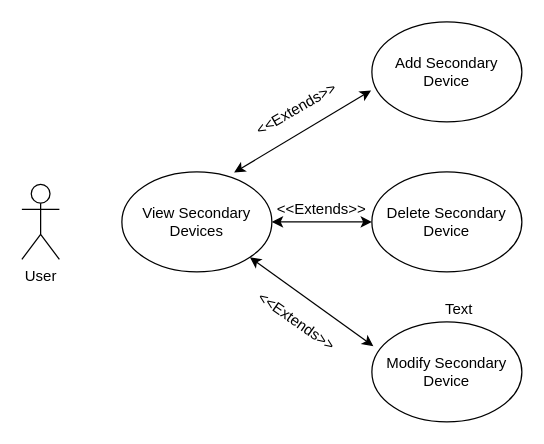
The draw.io diagram Documentation/Use Case Diagrams/userModifiesAccount.drawio in Septimis/forgetMeNot, before the edit. Source tidied: cells renumbered, new cells numbered last; positions are measured from the earlier drawing's top-left corner, leaving out a move shared by most shapes. Both pictures are drawn from the tidied source at 125%, with x=0, y=0 at pixel (21, 21).
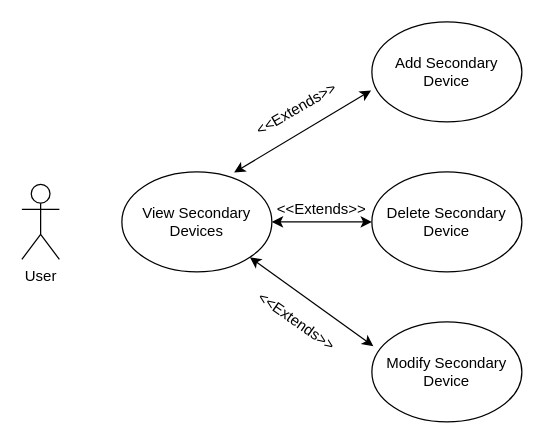
After the change.

Change to the diagram source:
```diff
@@
 <mxGraphModel>
   <root>
     <mxCell id="0" />
     <mxCell id="1" parent="0" />
     <mxCell id="2" value="User&lt;br&gt;" style="shape=umlActor;verticalLabelPosition=bottom;verticalAlign=top;html=1;" parent="1" vertex="1">
       <mxGeometry y="130" width="30" height="60" as="geometry" />
     </mxCell>
     <mxCell id="3" value="View Secondary Devices" style="ellipse;whiteSpace=wrap;html=1;" parent="1" vertex="1">
       <mxGeometry x="80" y="120" width="120" height="80" as="geometry" />
     </mxCell>
     <mxCell id="4" value="Add Secondary Device" style="ellipse;whiteSpace=wrap;html=1;" parent="1" vertex="1">
       <mxGeometry x="280" width="120" height="80" as="geometry" />
     </mxCell>
     <mxCell id="5" value="Modify Secondary Device" style="ellipse;whiteSpace=wrap;html=1;" parent="1" vertex="1">
       <mxGeometry x="280" y="240" width="120" height="80" as="geometry" />
     </mxCell>
     <mxCell id="6" value="Delete Secondary Device" style="ellipse;whiteSpace=wrap;html=1;" parent="1" vertex="1">
       <mxGeometry x="280" y="120" width="120" height="80" as="geometry" />
     </mxCell>
     <mxCell id="7" style="endArrow=classic;startArrow=classic;html=1;entryX=-0.005;entryY=0.686;entryDx=0;entryDy=0;entryPerimeter=0;exitX=0.748;exitY=0.007;exitDx=0;exitDy=0;exitPerimeter=0;" parent="1" edge="1" source="3" target="4">
       <mxGeometry relative="1" as="geometry" />
     </mxCell>
     <mxCell id="8" style="endArrow=classic;startArrow=classic;html=1;entryX=0;entryY=0.5;entryDx=0;entryDy=0;exitX=1;exitY=0.5;exitDx=0;exitDy=0;" parent="1" edge="1" source="3" target="6">
       <mxGeometry relative="1" as="geometry" />
     </mxCell>
     <mxCell id="9" style="endArrow=classic;startArrow=classic;html=1;exitX=1;exitY=1;exitDx=0;exitDy=0;entryX=0.01;entryY=0.243;entryDx=0;entryDy=0;entryPerimeter=0;" parent="1" edge="1" source="3" target="5">
       <mxGeometry relative="1" as="geometry" />
     </mxCell>
-    <mxCell id="10" value="Text" style="text;html=1;strokeColor=none;fillColor=none;align=center;verticalAlign=middle;whiteSpace=wrap;rounded=0;" parent="1" vertex="1">
-      <mxGeometry x="330" y="220" width="40" height="20" as="geometry" />
-    </mxCell>
     <mxCell id="11" value="&amp;lt;&amp;lt;Extends&amp;gt;&amp;gt;" style="text;html=1;strokeColor=none;fillColor=none;align=center;verticalAlign=middle;whiteSpace=wrap;rounded=0;rotation=-30;" parent="1" vertex="1">
       <mxGeometry x="200" y="60" width="40" height="20" as="geometry" />
     </mxCell>
     <mxCell id="12" value="&amp;lt;&amp;lt;Extends&amp;gt;&amp;gt;" style="text;html=1;strokeColor=none;fillColor=none;align=center;verticalAlign=middle;whiteSpace=wrap;rounded=0;rotation=0;" parent="1" vertex="1">
       <mxGeometry x="220" y="140" width="40" height="20" as="geometry" />
     </mxCell>
     <mxCell id="13" value="&amp;lt;&amp;lt;Extends&amp;gt;&amp;gt;" style="text;html=1;strokeColor=none;fillColor=none;align=center;verticalAlign=middle;whiteSpace=wrap;rounded=0;rotation=35;" parent="1" vertex="1">
       <mxGeometry x="200" y="230" width="40" height="20" as="geometry" />
     </mxCell>
   </root>
 </mxGraphModel>
```
